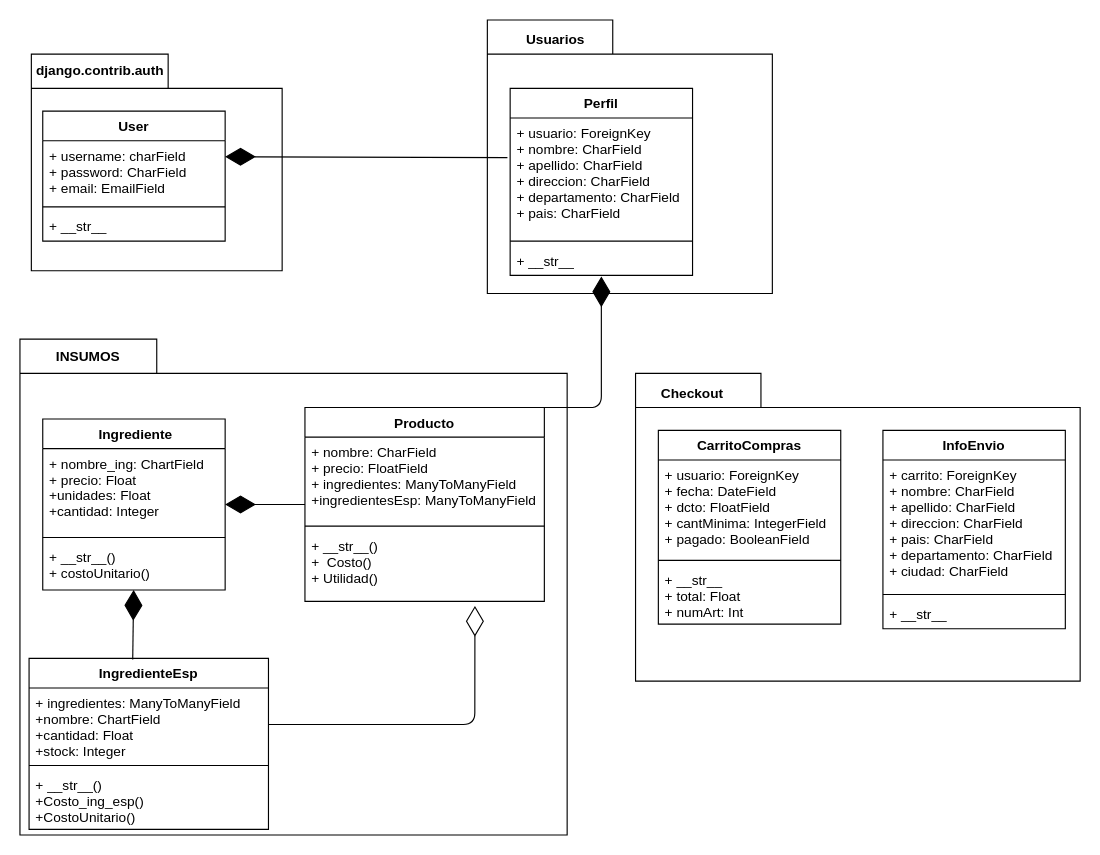
abdielpava/business_co keeps this draw.io diagram as Untitled Diagram.drawio. Above is the earlier version. Source tidied: cells renumbered, new cells numbered last; positions are measured from the earlier drawing's top-left corner, leaving out a move shared by most shapes. Both pictures are drawn from the tidied source at 114%, with x=0, y=0 at pixel (19, 19).
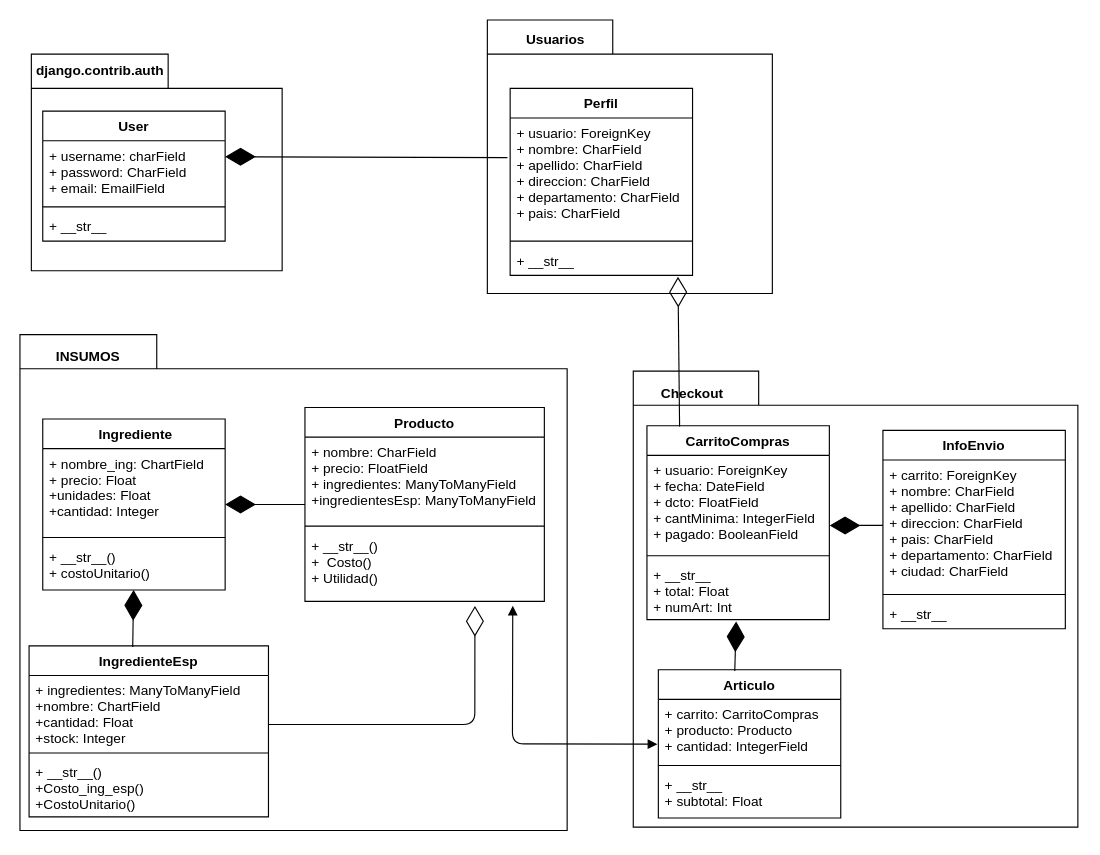
The same page after the edit.

Commit message:
Insumos Checkout

Unchanged cells that the change refers to:
```xml
<mxCell id="9" value="+ ingredientes: ManyToManyField&#10;+nombre: ChartField&#10;+cantidad: Float&#10;+stock: Integer" style="text;strokeColor=none;fillColor=none;align=left;verticalAlign=top;spacingLeft=4;spacingRight=4;overflow=hidden;points=[[0,0.5],[1,0.5]];portConstraint=eastwest;" parent="8" vertex="1">
  <mxGeometry y="26" width="210" height="64" as="geometry" />
</mxCell>
<mxCell id="12" value="Producto" style="swimlane;fontStyle=1;align=center;verticalAlign=top;horizontal=1;startSize=26;" parent="1" vertex="1">
  <mxGeometry x="250" y="340" width="210" height="170" as="geometry" />
</mxCell>
<mxCell id="15" value="+ __str__()&#10;+  Costo()&#10;+ Utilidad()" style="text;strokeColor=none;fillColor=none;align=left;verticalAlign=top;spacingLeft=4;spacingRight=4;overflow=hidden;points=[[0,0.5],[1,0.5]];portConstraint=eastwest;" parent="12" vertex="1">
  <mxGeometry y="108" width="210" height="62" as="geometry" />
</mxCell>
<mxCell id="30" value="+ __str__" style="text;strokeColor=none;fillColor=none;align=left;verticalAlign=top;spacingLeft=4;spacingRight=4;overflow=hidden;points=[[0,0.5],[1,0.5]];portConstraint=eastwest;" parent="27" vertex="1">
  <mxGeometry y="138" width="160" height="26" as="geometry" />
</mxCell>
<mxCell id="36" value="+ usuario: ForeignKey&#10;+ fecha: DateField&#10;+ dcto: FloatField&#10;+ cantMinima: IntegerField&#10;+ pagado: BooleanField" style="text;strokeColor=none;fillColor=none;align=left;verticalAlign=top;spacingLeft=4;spacingRight=4;overflow=hidden;points=[[0,0.5],[1,0.5]];portConstraint=eastwest;" parent="35" vertex="1">
  <mxGeometry y="26" width="160" height="84" as="geometry" />
</mxCell>
<mxCell id="38" value="+ __str__&#10;+ total: Float&#10;+ numArt: Int" style="text;strokeColor=none;fillColor=none;align=left;verticalAlign=top;spacingLeft=4;spacingRight=4;overflow=hidden;points=[[0,0.5],[1,0.5]];portConstraint=eastwest;" parent="35" vertex="1">
  <mxGeometry y="118" width="160" height="52" as="geometry" />
</mxCell>
<mxCell id="40" value="+ carrito: ForeignKey&#10;+ nombre: CharField&#10;+ apellido: CharField&#10;+ direccion: CharField&#10;+ pais: CharField&#10;+ departamento: CharField&#10;+ ciudad: CharField" style="text;strokeColor=none;fillColor=none;align=left;verticalAlign=top;spacingLeft=4;spacingRight=4;overflow=hidden;points=[[0,0.5],[1,0.5]];portConstraint=eastwest;" parent="39" vertex="1">
  <mxGeometry y="26" width="160" height="114" as="geometry" />
</mxCell>
```

Diff of the diagram source:
```diff
@@
     <mxCell id="2" style="shape=folder;fontStyle=1;spacingTop=10;tabWidth=120;tabHeight=30;tabPosition=left;html=1;" parent="1" vertex="1">
-      <mxGeometry y="280" width="480" height="435" as="geometry" />
+      <mxGeometry y="276" width="480" height="435" as="geometry" />
     </mxCell>
@@
     <mxCell id="8" value="IngredienteEsp" style="swimlane;fontStyle=1;align=center;verticalAlign=top;horizontal=1;startSize=26;" parent="1" vertex="1">
-      <mxGeometry x="8" y="560" width="210" height="150" as="geometry" />
+      <mxGeometry x="8" y="549" width="210" height="150" as="geometry" />
     </mxCell>
@@
-    <mxCell id="18" style="endArrow=diamondThin;endFill=0;endSize=24;html=1;entryX=0.71;entryY=1.065;entryDx=0;entryDy=0;entryPerimeter=0;" parent="1" edge="1" source="9" target="15">
+    <mxCell id="18" style="endArrow=diamondThin;endFill=0;endSize=24;html=1;entryX=0.71;entryY=1.065;entryDx=0;entryDy=0;entryPerimeter=0;" parent="1" edge="1" target="15">
       <mxGeometry relative="1" as="geometry">
+        <mxPoint x="218" y="618" as="sourcePoint" />
         <Array as="points">
           <mxPoint x="399" y="618" />
         </Array>
       </mxGeometry>
     </mxCell>
@@
-    <mxCell id="32" style="endArrow=diamondThin;endFill=1;endSize=24;html=1;exitX=0.695;exitY=0;exitDx=0;exitDy=0;exitPerimeter=0;" parent="1" edge="1" source="12">
-      <mxGeometry relative="1" as="geometry">
-        <mxPoint x="510" y="225" as="targetPoint" />
-        <Array as="points">
-          <mxPoint x="510" y="340" />
-        </Array>
-      </mxGeometry>
-    </mxCell>
     <mxCell id="33" style="shape=folder;fontStyle=1;spacingTop=10;tabWidth=110;tabHeight=30;tabPosition=left;html=1;" parent="1" vertex="1">
-      <mxGeometry x="540" y="310" width="390" height="270" as="geometry" />
+      <mxGeometry x="538" y="308" width="390" height="400" as="geometry" />
     </mxCell>
@@
     <mxCell id="35" value="CarritoCompras" style="swimlane;fontStyle=1;align=center;verticalAlign=top;horizontal=1;startSize=26;" parent="1" vertex="1">
-      <mxGeometry x="560" y="360" width="160" height="170" as="geometry" />
+      <mxGeometry x="550" y="356" width="160" height="170" as="geometry" />
     </mxCell>
@@
+    <mxCell id="43" value="Articulo" style="swimlane;fontStyle=1;align=center;verticalAlign=top;horizontal=1;startSize=26;" parent="1" vertex="1">
+      <mxGeometry x="560" y="570" width="160" height="130" as="geometry" />
+    </mxCell>
+    <mxCell id="44" value="+ carrito: CarritoCompras&#10;+ producto: Producto&#10;+ cantidad: IntegerField" style="text;strokeColor=none;fillColor=none;align=left;verticalAlign=top;spacingLeft=4;spacingRight=4;overflow=hidden;points=[[0,0.5],[1,0.5]];portConstraint=eastwest;" parent="43" vertex="1">
+      <mxGeometry y="26" width="160" height="54" as="geometry" />
+    </mxCell>
+    <mxCell id="45" style="line;strokeWidth=1;fillColor=none;align=left;verticalAlign=middle;spacingTop=-1;spacingLeft=3;spacingRight=3;labelPosition=right;" parent="43" vertex="1">
+      <mxGeometry y="80" width="160" height="8" as="geometry" />
+    </mxCell>
+    <mxCell id="46" value="+ __str__&#10;+ subtotal: Float" style="text;strokeColor=none;fillColor=none;align=left;verticalAlign=top;spacingLeft=4;spacingRight=4;overflow=hidden;" parent="43" vertex="1">
+      <mxGeometry y="88" width="160" height="42" as="geometry" />
+    </mxCell>
+    <mxCell id="47" style="endArrow=diamondThin;endFill=1;endSize=24;html=1;entryX=1.002;entryY=0.732;entryDx=0;entryDy=0;entryPerimeter=0;" parent="1" edge="1" source="40" target="36">
+      <mxGeometry relative="1" as="geometry" />
+    </mxCell>
+    <mxCell id="48" style="endArrow=diamondThin;endFill=1;endSize=24;html=1;exitX=0.419;exitY=0.008;exitDx=0;exitDy=0;exitPerimeter=0;entryX=0.489;entryY=1.032;entryDx=0;entryDy=0;entryPerimeter=0;" parent="1" edge="1" source="43" target="38">
+      <mxGeometry relative="1" as="geometry" />
+    </mxCell>
+    <mxCell id="49" style="endArrow=diamondThin;endFill=0;endSize=24;html=1;entryX=0.92;entryY=1.049;entryDx=0;entryDy=0;entryPerimeter=0;exitX=0.179;exitY=0.004;exitDx=0;exitDy=0;exitPerimeter=0;" parent="1" edge="1" source="35" target="30">
+      <mxGeometry relative="1" as="geometry" />
+    </mxCell>
+    <mxCell id="50" style="endArrow=block;startArrow=block;endFill=1;startFill=1;html=1;exitX=0.868;exitY=1.062;exitDx=0;exitDy=0;exitPerimeter=0;entryX=-0.005;entryY=0.727;entryDx=0;entryDy=0;entryPerimeter=0;" parent="1" edge="1" source="15" target="44">
+      <mxGeometry relative="1" as="geometry">
+        <Array as="points">
+          <mxPoint x="432" y="635" />
+        </Array>
+      </mxGeometry>
+    </mxCell>
```
